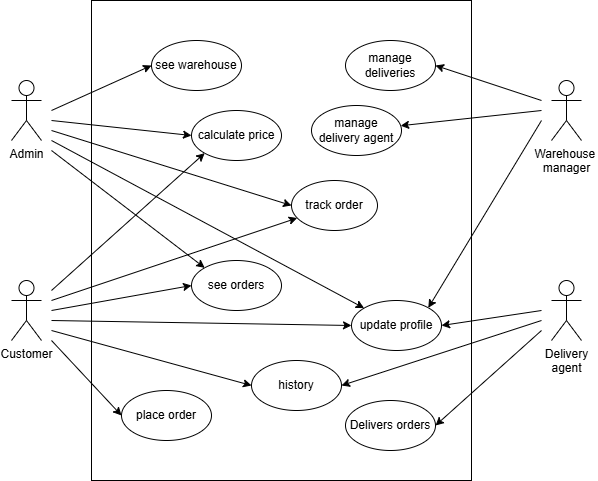
This is Documents/usecase_courier.png from khushichaudhari02/dac-project, a draw.io export, as it was before one commit. Source tidied: cells renumbered, new cells last; positions are measured from the earlier drawing's top-left corner, leaving out a move shared by most shapes.
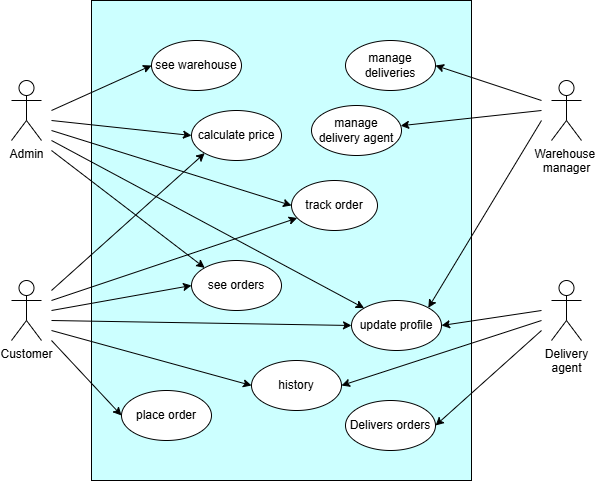
After the change.

Commit message:
Use case Diagram

Change to the diagram source:
```diff
@@ -2,7 +2,7 @@
   <root>
     <mxCell id="0" />
     <mxCell id="1" parent="0" />
-    <mxCell id="2" style="rounded=0;whiteSpace=wrap;html=1;" parent="1" vertex="1">
+    <mxCell id="2" style="rounded=0;whiteSpace=wrap;html=1;fillColor=light-dark(#CCFFFF,var(--ge-dark-color, #121212));" parent="1" vertex="1">
       <mxGeometry x="80" width="380" height="480" as="geometry" />
     </mxCell>
     <mxCell id="3" value="Delivery&lt;div&gt;agent&lt;/div&gt;" style="shape=umlActor;verticalLabelPosition=bottom;verticalAlign=top;html=1;" parent="1" vertex="1">
```
